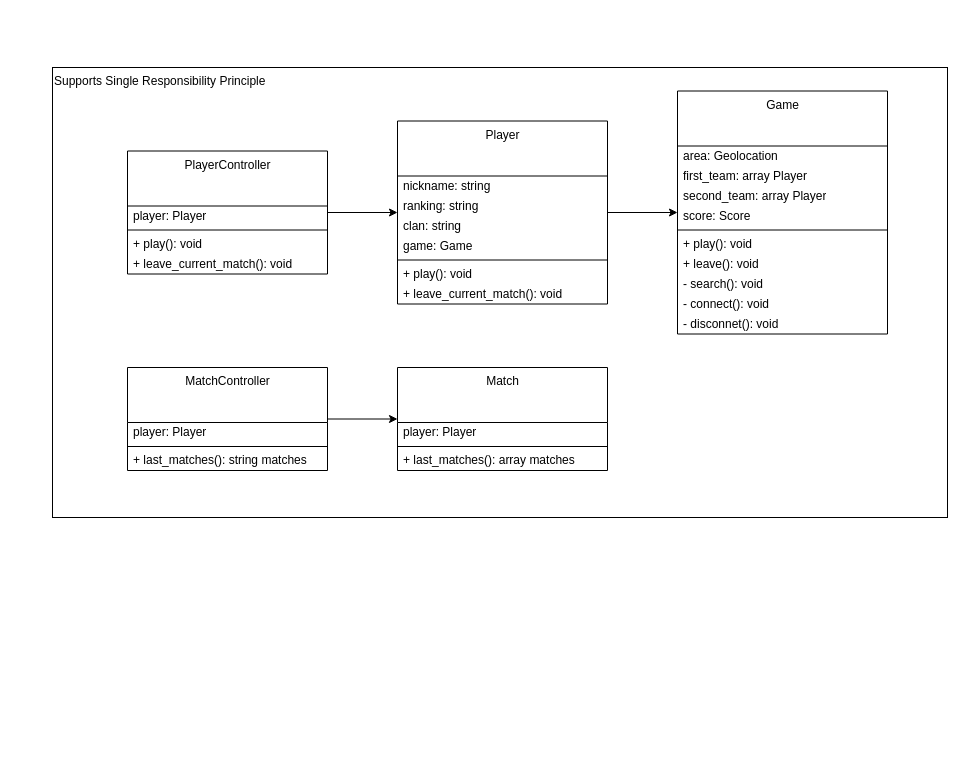
Above: page "SRP" (5 of 5) of images/clean-code-clean-classes/clean-classes.drawio in GabrielSlima/blog (draw.io), before the change. Source tidied: cells renumbered, new cells numbered last; positions are measured from the earlier drawing's top-left corner, leaving out a move shared by most shapes. Both pictures are drawn from the tidied source at 100%, with x=0, y=0 at pixel (52, 67).
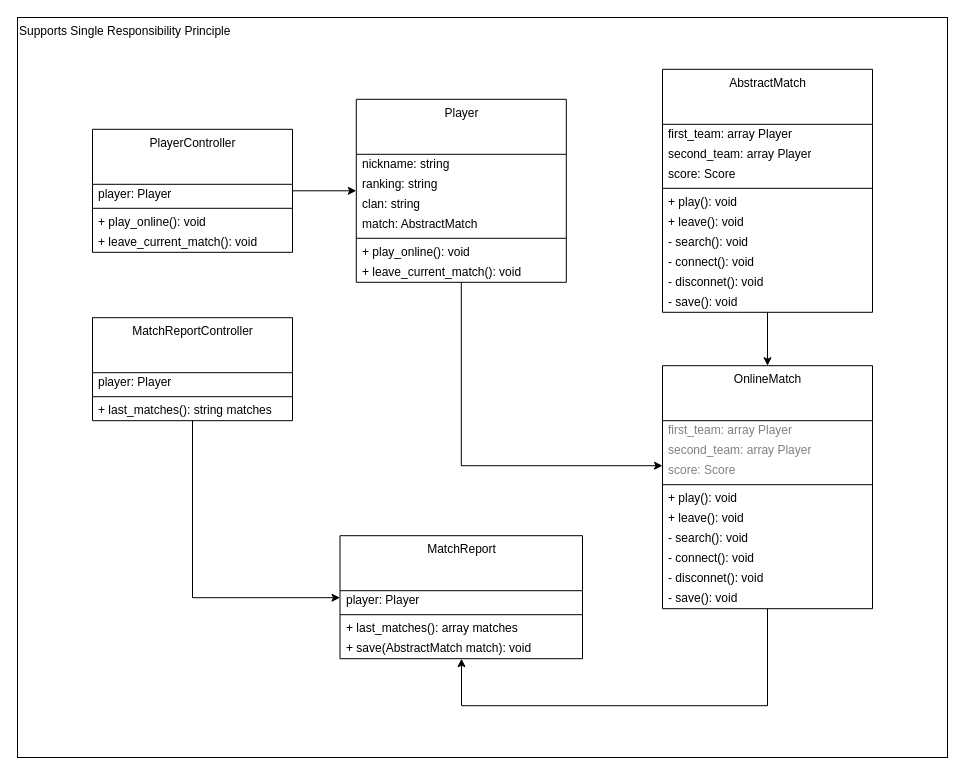
After the change.

Change to the diagram source:
```diff
@@
     <mxCell id="2" value="Supports Single Responsibility Principle" style="rounded=0;whiteSpace=wrap;html=1;fillColor=none;align=left;verticalAlign=top;" parent="1" vertex="1">
-      <mxGeometry width="895" height="450" as="geometry" />
+      <mxGeometry x="-35" y="-50" width="930" height="740" as="geometry" />
     </mxCell>
-    <mxCell id="3" value="Match" style="swimlane;fontStyle=0;align=center;verticalAlign=top;horizontal=1;startSize=55;html=1;fillColor=none;" parent="1" vertex="1">
-      <mxGeometry x="345" y="300" width="210" height="103" as="geometry" />
+    <mxCell id="3" value="MatchReport" style="swimlane;fontStyle=0;align=center;verticalAlign=top;horizontal=1;startSize=55;html=1;fillColor=none;" parent="1" vertex="1">
+      <mxGeometry x="287.5" y="468.2" width="242.5" height="123" as="geometry" />
     </mxCell>
     <mxCell id="4" value="player: Player" style="text;html=1;strokeColor=none;fillColor=none;align=left;verticalAlign=middle;spacingLeft=4;spacingRight=4;overflow=hidden;" parent="3" vertex="1">
-      <mxGeometry y="55" width="210" height="20" as="geometry" />
+      <mxGeometry y="55" width="242.5" height="20" as="geometry" />
     </mxCell>
     <mxCell id="5" style="line;strokeWidth=1;fillColor=none;align=left;verticalAlign=middle;spacingTop=-1;spacingLeft=3;spacingRight=3;labelPosition=right;" parent="3" vertex="1">
-      <mxGeometry y="75" width="210" height="8" as="geometry" />
+      <mxGeometry y="75" width="242.5" height="8" as="geometry" />
     </mxCell>
     <mxCell id="6" value="+ last_matches(): array matches" style="text;html=1;strokeColor=none;fillColor=none;align=left;verticalAlign=middle;spacingLeft=4;spacingRight=4;overflow=hidden;" parent="3" vertex="1">
-      <mxGeometry y="83" width="210" height="20" as="geometry" />
+      <mxGeometry y="83" width="242.5" height="20" as="geometry" />
     </mxCell>
+    <mxCell id="38" value="+ save(AbstractMatch match): void" style="text;html=1;strokeColor=none;fillColor=none;align=left;verticalAlign=middle;spacingLeft=4;spacingRight=4;overflow=hidden;" parent="3" vertex="1">
+      <mxGeometry y="103" width="242.5" height="20" as="geometry" />
+    </mxCell>
     <mxCell id="7" style="edgeStyle=orthogonalEdgeStyle;rounded=0;jettySize=auto;html=1;" parent="1" edge="1" source="8" target="3">
-      <mxGeometry relative="1" as="geometry" />
+      <mxGeometry relative="1" as="geometry">
+        <Array as="points">
+          <mxPoint x="140" y="530.2" />
+        </Array>
+      </mxGeometry>
     </mxCell>
-    <mxCell id="8" value="MatchController" style="swimlane;fontStyle=0;align=center;verticalAlign=top;horizontal=1;startSize=55;html=1;fillColor=none;" parent="1" vertex="1">
-      <mxGeometry x="75" y="300" width="200" height="103" as="geometry" />
+    <mxCell id="8" value="MatchReportController" style="swimlane;fontStyle=0;align=center;verticalAlign=top;horizontal=1;startSize=55;html=1;fillColor=none;" parent="1" vertex="1">
+      <mxGeometry x="40" y="250.2" width="200" height="103" as="geometry" />
     </mxCell>
@@
-    <mxCell id="12" style="edgeStyle=orthogonalEdgeStyle;rounded=0;jettySize=auto;html=1;" parent="1" edge="1" source="13" target="27">
-      <mxGeometry relative="1" as="geometry" />
+    <mxCell id="12" style="edgeStyle=orthogonalEdgeStyle;rounded=0;jettySize=auto;html=1;fontColor=#808080;" parent="1" edge="1" source="13" target="27">
+      <mxGeometry relative="1" as="geometry">
+        <Array as="points">
+          <mxPoint x="409" y="398.2" />
+        </Array>
+      </mxGeometry>
     </mxCell>
     <mxCell id="13" value="&lt;div&gt;Player&lt;/div&gt;" style="swimlane;fontStyle=0;align=center;verticalAlign=top;horizontal=1;startSize=55;html=1;fillColor=none;" parent="1" vertex="1">
-      <mxGeometry x="345" y="53.5" width="210" height="183" as="geometry" />
+      <mxGeometry x="303.8" y="31.8" width="210" height="183" as="geometry" />
     </mxCell>
@@
-    <mxCell id="17" value="&lt;div&gt;game: Game&lt;br&gt;&lt;/div&gt;" style="text;html=1;strokeColor=none;fillColor=none;align=left;verticalAlign=middle;spacingLeft=4;spacingRight=4;overflow=hidden;" parent="13" vertex="1">
-      <mxGeometry y="115" width="210" height="20" as="geometry" />
-    </mxCell>
+    <mxCell id="39" value="&lt;div&gt;match: AbstractMatch&lt;br&gt;&lt;/div&gt;" style="text;html=1;strokeColor=none;fillColor=none;align=left;verticalAlign=middle;spacingLeft=4;spacingRight=4;overflow=hidden;" parent="13" vertex="1">
+      <mxGeometry y="115" width="210" height="20" as="geometry" />
+    </mxCell>
@@
-    <mxCell id="19" value="+ play(): void" style="text;html=1;strokeColor=none;fillColor=none;align=left;verticalAlign=middle;spacingLeft=4;spacingRight=4;overflow=hidden;" parent="13" vertex="1">
+    <mxCell id="19" value="+ play_online(): void" style="text;html=1;strokeColor=none;fillColor=none;align=left;verticalAlign=middle;spacingLeft=4;spacingRight=4;overflow=hidden;" parent="13" vertex="1">
       <mxGeometry y="143" width="210" height="20" as="geometry" />
     </mxCell>
@@
     <mxCell id="22" value="PlayerController" style="swimlane;fontStyle=0;align=center;verticalAlign=top;horizontal=1;startSize=55;html=1;fillColor=none;" parent="1" vertex="1">
-      <mxGeometry x="75" y="83.5" width="200" height="123" as="geometry" />
+      <mxGeometry x="40" y="61.8" width="200" height="123" as="geometry" />
     </mxCell>
@@
-    <mxCell id="25" value="+ play(): void" style="text;html=1;strokeColor=none;fillColor=none;align=left;verticalAlign=middle;spacingLeft=4;spacingRight=4;overflow=hidden;" parent="22" vertex="1">
+    <mxCell id="25" value="+ play_online(): void" style="text;html=1;strokeColor=none;fillColor=none;align=left;verticalAlign=middle;spacingLeft=4;spacingRight=4;overflow=hidden;" parent="22" vertex="1">
       <mxGeometry y="83" width="200" height="20" as="geometry" />
     </mxCell>
@@
+    <mxCell id="40" style="edgeStyle=orthogonalEdgeStyle;rounded=0;jettySize=auto;html=1;fontColor=#808080;" parent="1" edge="1" source="27" target="3">
+      <mxGeometry relative="1" as="geometry">
+        <Array as="points">
+          <mxPoint x="715" y="638.2" />
+          <mxPoint x="409" y="638.2" />
+        </Array>
+      </mxGeometry>
+    </mxCell>
-    <mxCell id="27" value="Game" style="swimlane;fontStyle=0;align=center;verticalAlign=top;horizontal=1;startSize=55;html=1;fillColor=none;" parent="1" vertex="1">
-      <mxGeometry x="625" y="23.5" width="210" height="243" as="geometry" />
+    <mxCell id="27" value="OnlineMatch" style="swimlane;fontStyle=0;align=center;verticalAlign=top;horizontal=1;startSize=55;html=1;fillColor=none;" parent="1" vertex="1">
+      <mxGeometry x="610" y="298.2" width="210" height="243" as="geometry" />
     </mxCell>
-    <mxCell id="28" value="area: Geolocation" style="text;html=1;strokeColor=none;fillColor=none;align=left;verticalAlign=middle;spacingLeft=4;spacingRight=4;overflow=hidden;" parent="27" vertex="1">
-      <mxGeometry y="55" width="210" height="20" as="geometry" />
-    </mxCell>
-    <mxCell id="29" value="first_team: array Player" style="text;html=1;strokeColor=none;fillColor=none;align=left;verticalAlign=middle;spacingLeft=4;spacingRight=4;overflow=hidden;" parent="27" vertex="1">
-      <mxGeometry y="75" width="210" height="20" as="geometry" />
+    <mxCell id="29" value="first_team: array Player" style="text;html=1;strokeColor=none;fillColor=none;align=left;verticalAlign=middle;spacingLeft=4;spacingRight=4;overflow=hidden;fontColor=#808080;" parent="27" vertex="1">
+      <mxGeometry y="55" width="210" height="20" as="geometry" />
     </mxCell>
-    <mxCell id="30" value="second_team: array Player" style="text;html=1;strokeColor=none;fillColor=none;align=left;verticalAlign=middle;spacingLeft=4;spacingRight=4;overflow=hidden;" parent="27" vertex="1">
-      <mxGeometry y="95" width="210" height="20" as="geometry" />
+    <mxCell id="30" value="second_team: array Player" style="text;html=1;strokeColor=none;fillColor=none;align=left;verticalAlign=middle;spacingLeft=4;spacingRight=4;overflow=hidden;fontColor=#808080;" parent="27" vertex="1">
+      <mxGeometry y="75" width="210" height="20" as="geometry" />
     </mxCell>
-    <mxCell id="31" value="score: Score" style="text;html=1;strokeColor=none;fillColor=none;align=left;verticalAlign=middle;spacingLeft=4;spacingRight=4;overflow=hidden;" parent="27" vertex="1">
-      <mxGeometry y="115" width="210" height="20" as="geometry" />
+    <mxCell id="31" value="score: Score" style="text;html=1;strokeColor=none;fillColor=none;align=left;verticalAlign=middle;spacingLeft=4;spacingRight=4;overflow=hidden;fontColor=#808080;" parent="27" vertex="1">
+      <mxGeometry y="95" width="210" height="20" as="geometry" />
     </mxCell>
     <mxCell id="32" style="line;strokeWidth=1;fillColor=none;align=left;verticalAlign=middle;spacingTop=-1;spacingLeft=3;spacingRight=3;labelPosition=right;" parent="27" vertex="1">
-      <mxGeometry y="135" width="210" height="8" as="geometry" />
+      <mxGeometry y="115" width="210" height="8" as="geometry" />
     </mxCell>
     <mxCell id="33" value="+ play(): void" style="text;html=1;strokeColor=none;fillColor=none;align=left;verticalAlign=middle;spacingLeft=4;spacingRight=4;overflow=hidden;" parent="27" vertex="1">
-      <mxGeometry y="143" width="210" height="20" as="geometry" />
+      <mxGeometry y="123" width="210" height="20" as="geometry" />
     </mxCell>
     <mxCell id="34" value="+ leave(): void" style="text;html=1;strokeColor=none;fillColor=none;align=left;verticalAlign=middle;spacingLeft=4;spacingRight=4;overflow=hidden;" parent="27" vertex="1">
-      <mxGeometry y="163" width="210" height="20" as="geometry" />
+      <mxGeometry y="143" width="210" height="20" as="geometry" />
     </mxCell>
     <mxCell id="35" value="- search(): void" style="text;html=1;strokeColor=none;fillColor=none;align=left;verticalAlign=middle;spacingLeft=4;spacingRight=4;overflow=hidden;" parent="27" vertex="1">
-      <mxGeometry y="183" width="210" height="20" as="geometry" />
+      <mxGeometry y="163" width="210" height="20" as="geometry" />
     </mxCell>
     <mxCell id="36" value="- connect(): void" style="text;html=1;strokeColor=none;fillColor=none;align=left;verticalAlign=middle;spacingLeft=4;spacingRight=4;overflow=hidden;" parent="27" vertex="1">
-      <mxGeometry y="203" width="210" height="20" as="geometry" />
+      <mxGeometry y="183" width="210" height="20" as="geometry" />
     </mxCell>
     <mxCell id="37" value="- disconnet(): void" style="text;html=1;strokeColor=none;fillColor=none;align=left;verticalAlign=middle;spacingLeft=4;spacingRight=4;overflow=hidden;" parent="27" vertex="1">
-      <mxGeometry y="223" width="210" height="20" as="geometry" />
+      <mxGeometry y="203" width="210" height="20" as="geometry" />
     </mxCell>
+    <mxCell id="41" value="- save(): void" style="text;html=1;strokeColor=none;fillColor=none;align=left;verticalAlign=middle;spacingLeft=4;spacingRight=4;overflow=hidden;" parent="27" vertex="1">
+      <mxGeometry y="223" width="210" height="20" as="geometry" />
+    </mxCell>
+    <mxCell id="42" style="edgeStyle=orthogonalEdgeStyle;rounded=0;jettySize=auto;html=1;entryX=0.5;entryY=0;entryDx=0;entryDy=0;fontColor=#808080;" parent="1" edge="1" source="43" target="27">
+      <mxGeometry relative="1" as="geometry" />
+    </mxCell>
+    <mxCell id="43" value="AbstractMatch" style="swimlane;fontStyle=0;align=center;verticalAlign=top;horizontal=1;startSize=55;html=1;fillColor=none;" parent="1" vertex="1">
+      <mxGeometry x="610" y="1.8" width="210" height="243" as="geometry" />
+    </mxCell>
+    <mxCell id="44" value="first_team: array Player" style="text;html=1;strokeColor=none;fillColor=none;align=left;verticalAlign=middle;spacingLeft=4;spacingRight=4;overflow=hidden;" parent="43" vertex="1">
+      <mxGeometry y="55" width="210" height="20" as="geometry" />
+    </mxCell>
+    <mxCell id="45" value="second_team: array Player" style="text;html=1;strokeColor=none;fillColor=none;align=left;verticalAlign=middle;spacingLeft=4;spacingRight=4;overflow=hidden;" parent="43" vertex="1">
+      <mxGeometry y="75" width="210" height="20" as="geometry" />
+    </mxCell>
+    <mxCell id="46" value="score: Score" style="text;html=1;strokeColor=none;fillColor=none;align=left;verticalAlign=middle;spacingLeft=4;spacingRight=4;overflow=hidden;" parent="43" vertex="1">
+      <mxGeometry y="95" width="210" height="20" as="geometry" />
+    </mxCell>
+    <mxCell id="47" style="line;strokeWidth=1;fillColor=none;align=left;verticalAlign=middle;spacingTop=-1;spacingLeft=3;spacingRight=3;labelPosition=right;" parent="43" vertex="1">
+      <mxGeometry y="115" width="210" height="8" as="geometry" />
+    </mxCell>
+    <mxCell id="48" value="+ play(): void" style="text;html=1;strokeColor=none;fillColor=none;align=left;verticalAlign=middle;spacingLeft=4;spacingRight=4;overflow=hidden;" parent="43" vertex="1">
+      <mxGeometry y="123" width="210" height="20" as="geometry" />
+    </mxCell>
+    <mxCell id="49" value="+ leave(): void" style="text;html=1;strokeColor=none;fillColor=none;align=left;verticalAlign=middle;spacingLeft=4;spacingRight=4;overflow=hidden;" parent="43" vertex="1">
+      <mxGeometry y="143" width="210" height="20" as="geometry" />
+    </mxCell>
+    <mxCell id="50" value="- search(): void" style="text;html=1;strokeColor=none;fillColor=none;align=left;verticalAlign=middle;spacingLeft=4;spacingRight=4;overflow=hidden;" parent="43" vertex="1">
+      <mxGeometry y="163" width="210" height="20" as="geometry" />
+    </mxCell>
+    <mxCell id="51" value="- connect(): void" style="text;html=1;strokeColor=none;fillColor=none;align=left;verticalAlign=middle;spacingLeft=4;spacingRight=4;overflow=hidden;" parent="43" vertex="1">
+      <mxGeometry y="183" width="210" height="20" as="geometry" />
+    </mxCell>
+    <mxCell id="52" value="- disconnet(): void" style="text;html=1;strokeColor=none;fillColor=none;align=left;verticalAlign=middle;spacingLeft=4;spacingRight=4;overflow=hidden;" parent="43" vertex="1">
+      <mxGeometry y="203" width="210" height="20" as="geometry" />
+    </mxCell>
+    <mxCell id="53" value="- save(): void" style="text;html=1;strokeColor=none;fillColor=none;align=left;verticalAlign=middle;spacingLeft=4;spacingRight=4;overflow=hidden;" parent="43" vertex="1">
+      <mxGeometry y="223" width="210" height="20" as="geometry" />
+    </mxCell>
```
